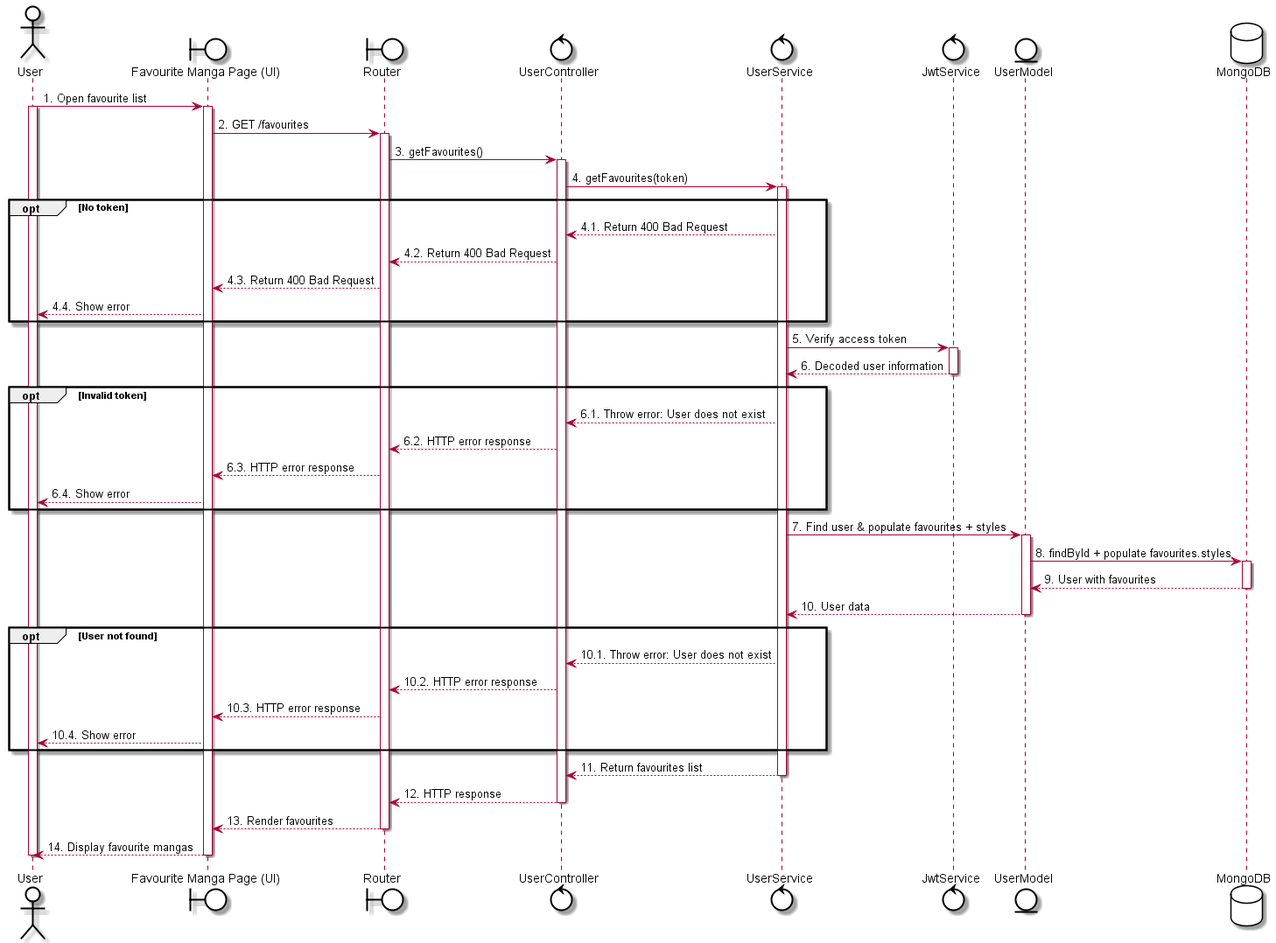
Before: out/uc37 - Favourite story list/uc37 - Favourite story list.png, a diagram exported from PlantUML (LGK1412/sequence_sep490_01). The source it was exported from:
```plantuml
@startuml
skinparam {
    ActorBackgroundColor #FFFFFF
    BoundaryBackgroundColor #FFFFFF
    ControlBackgroundColor #FFFFFF
    EntityBackgroundColor #FFFFFF
    DatabaseBackgroundColor #FFFFFF

    ActorBorderColor black
    BoundaryBorderColor black
    ControlBorderColor black
    EntityBorderColor black
    DatabaseBorderColor black
}

actor User
boundary "Favourite Manga Page (UI)" as UI
boundary Router
control UserController
control UserService
control JwtService
entity UserModel
database MongoDB

User -> UI: 1. Open favourite list
activate User
activate UI

UI -> Router: 2. GET /favourites
activate Router

Router -> UserController: 3. getFavourites()
activate UserController
UserController -> UserService: 4. getFavourites(token)
activate UserService

opt No token
    UserService --> UserController: 4.1. Return 400 Bad Request
    UserController --> Router: 4.2. Return 400 Bad Request
    Router --> UI: 4.3. Return 400 Bad Request
    UI --> User: 4.4. Show error
end

UserService -> JwtService: 5. Verify access token
activate JwtService
JwtService --> UserService: 6. Decoded user information
deactivate JwtService

opt Invalid token
    UserService --> UserController: 6.1. Throw error: User does not exist
    UserController --> Router: 6.2. HTTP error response
    Router --> UI: 6.3. HTTP error response
    UI --> User: 6.4. Show error
end

UserService -> UserModel: 7. Find user & populate favourites + styles
activate UserModel
UserModel -> MongoDB: 8. findById + populate favourites.styles
activate MongoDB
MongoDB --> UserModel: 9. User with favourites
deactivate MongoDB
UserModel --> UserService: 10. User data
deactivate UserModel

opt User not found
    UserService --> UserController: 10.1. Throw error: User does not exist
    UserController --> Router: 10.2. HTTP error response
    Router --> UI: 10.3. HTTP error response
    UI --> User: 10.4. Show error
end

UserService --> UserController: 11. Return favourites list
deactivate UserService

UserController --> Router: 12. HTTP response
deactivate UserController

Router --> UI: 13. Render favourites
deactivate Router

UI --> User: 14. Display favourite mangas
deactivate UI
deactivate User
@enduml
```
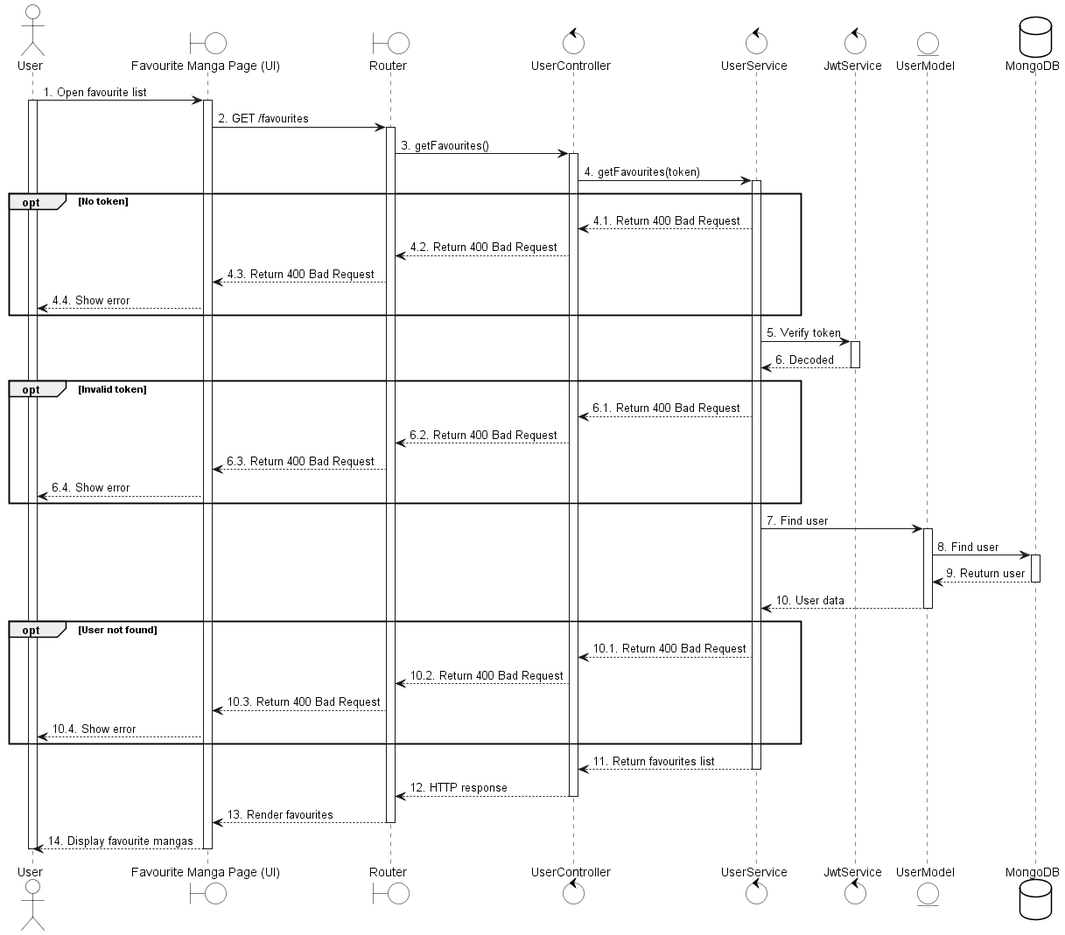
After the commit.

What changed in the source:
```diff
@@ -41,31 +41,31 @@
     UI --> User: 4.4. Show error
 end
 
-UserService -> JwtService: 5. Verify access token
+UserService -> JwtService: 5. Verify token
 activate JwtService
-JwtService --> UserService: 6. Decoded user information
+JwtService --> UserService: 6. Decoded
 deactivate JwtService
 
 opt Invalid token
-    UserService --> UserController: 6.1. Throw error: User does not exist
-    UserController --> Router: 6.2. HTTP error response
-    Router --> UI: 6.3. HTTP error response
+    UserService --> UserController: 6.1. Return 400 Bad Request
+    UserController --> Router: 6.2. Return 400 Bad Request
+    Router --> UI: 6.3. Return 400 Bad Request
     UI --> User: 6.4. Show error
 end
 
-UserService -> UserModel: 7. Find user & populate favourites + styles
+UserService -> UserModel: 7. Find user
 activate UserModel
-UserModel -> MongoDB: 8. findById + populate favourites.styles
+UserModel -> MongoDB: 8. Find user
 activate MongoDB
-MongoDB --> UserModel: 9. User with favourites
+MongoDB --> UserModel: 9. Reuturn user
 deactivate MongoDB
 UserModel --> UserService: 10. User data
 deactivate UserModel
 
 opt User not found
-    UserService --> UserController: 10.1. Throw error: User does not exist
-    UserController --> Router: 10.2. HTTP error response
-    Router --> UI: 10.3. HTTP error response
+    UserService --> UserController: 10.1. Return 400 Bad Request
+    UserController --> Router: 10.2. Return 400 Bad Request
+    Router --> UI: 10.3. Return 400 Bad Request
     UI --> User: 10.4. Show error
 end
 
```
